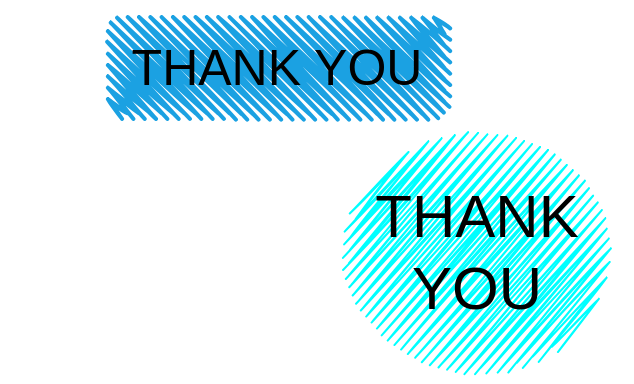
Before: page "Page-5" (5 of 7) of assets/drawing.drawio in sebllns/kmhelpers_slides, a draw.io diagram. Source tidied: cells renumbered, new cells numbered last; positions are measured from the earlier drawing's top-left corner, leaving out a move shared by most shapes. Both pictures are drawn from the tidied source at 100%, with x=0, y=0 at pixel (107, 17).
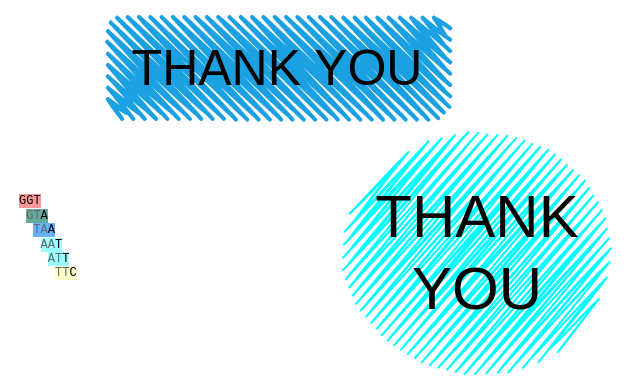
Above is the later version.

The edit, as a diff of the source:
```diff
@@
 <mxGraphModel>
   <root>
     <mxCell id="0" />
     <mxCell id="1" parent="0" />
     <mxCell id="2" value="THANK YOU" style="rounded=1;whiteSpace=wrap;html=1;strokeWidth=2;fillWeight=4;hachureGap=8;hachureAngle=45;fillColor=#1ba1e2;sketch=1;horizontal=1;fontFamily=Permanent Marker;fontSize=50;labelBackgroundColor=none;fillStyle=zigzag;strokeColor=none;" parent="1" vertex="1">
       <mxGeometry width="340" height="100" as="geometry" />
     </mxCell>
     <mxCell id="3" value="THANK YOU" style="ellipse;whiteSpace=wrap;html=1;strokeWidth=2;fillWeight=2;hachureGap=8;fillColor=#00FFFF;fillStyle=zigzag;sketch=1;fontFamily=Permanent Marker;fontSize=60;strokeColor=none;" parent="1" vertex="1">
       <mxGeometry x="230" y="120" width="280" height="230" as="geometry" />
     </mxCell>
+    <mxCell id="4" value="&lt;div&gt;&lt;span style=&quot;background-color: rgb(255, 153, 153); color: rgb(0, 0, 0);&quot;&gt;GGT&lt;/span&gt;&lt;/div&gt;&lt;div&gt;&amp;nbsp;&lt;span style=&quot;background-color: rgb(103, 171, 159);&quot;&gt;&lt;span style=&quot;color: rgb(102, 102, 102);&quot;&gt;GT&lt;/span&gt;&lt;span style=&quot;color: rgb(0, 0, 0);&quot;&gt;A&lt;/span&gt;&lt;/span&gt;&lt;/div&gt;&lt;div&gt;&amp;nbsp; &lt;span style=&quot;background-color: rgb(102, 178, 255);&quot;&gt;&lt;span style=&quot;color: rgb(102, 102, 102);&quot;&gt;TA&lt;/span&gt;A&lt;/span&gt;&lt;/div&gt;&lt;div&gt;&amp;nbsp; &amp;nbsp;&lt;span style=&quot;background-color: rgb(153, 255, 255);&quot;&gt;&lt;span style=&quot;color: rgb(102, 102, 102);&quot;&gt;AA&lt;/span&gt;T&lt;/span&gt;&lt;/div&gt;&lt;div&gt;&amp;nbsp; &amp;nbsp; &lt;span style=&quot;background-color: rgb(153, 255, 255);&quot;&gt;&lt;span style=&quot;color: rgb(102, 102, 102);&quot;&gt;AT&lt;/span&gt;T&lt;/span&gt;&lt;/div&gt;&lt;div&gt;&amp;nbsp; &amp;nbsp; &amp;nbsp;&lt;span style=&quot;background-color: rgb(255, 255, 204);&quot;&gt;&lt;span style=&quot;color: rgb(102, 102, 102);&quot;&gt;TT&lt;/span&gt;C&lt;/span&gt;&lt;/div&gt;" style="text;html=1;whiteSpace=wrap;strokeColor=none;fillColor=none;align=left;verticalAlign=middle;rounded=0;fontFamily=Courier New;" parent="1" vertex="1">
+      <mxGeometry x="-90" y="160" width="90" height="120" as="geometry" />
+    </mxCell>
   </root>
 </mxGraphModel>
```
